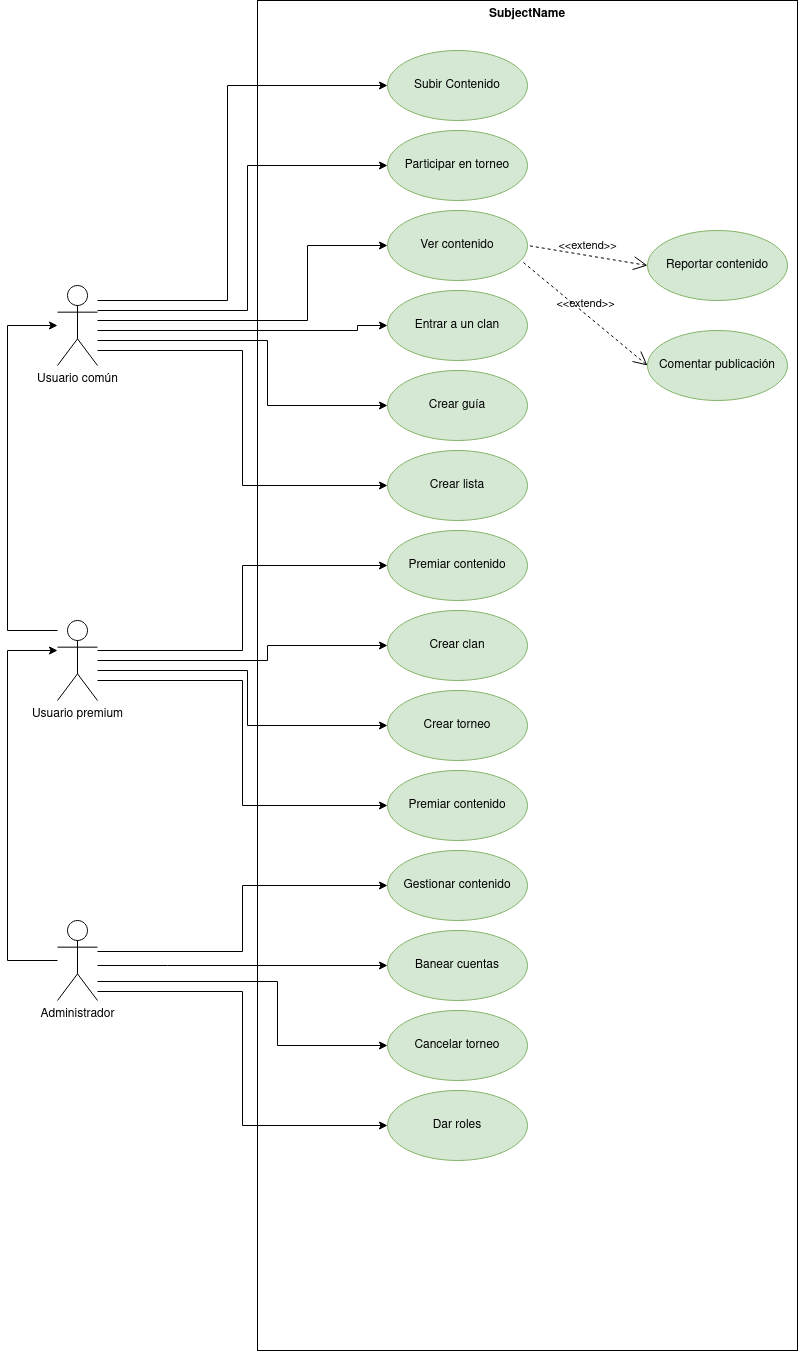
alejandrosalazargonzalez/instahammer40k keeps this draw.io diagram as appWarhammer.png. Above is the earlier version. Source tidied: cells renumbered, new cells last; positions are measured from the earlier drawing's top-left corner, leaving out a move shared by most shapes.
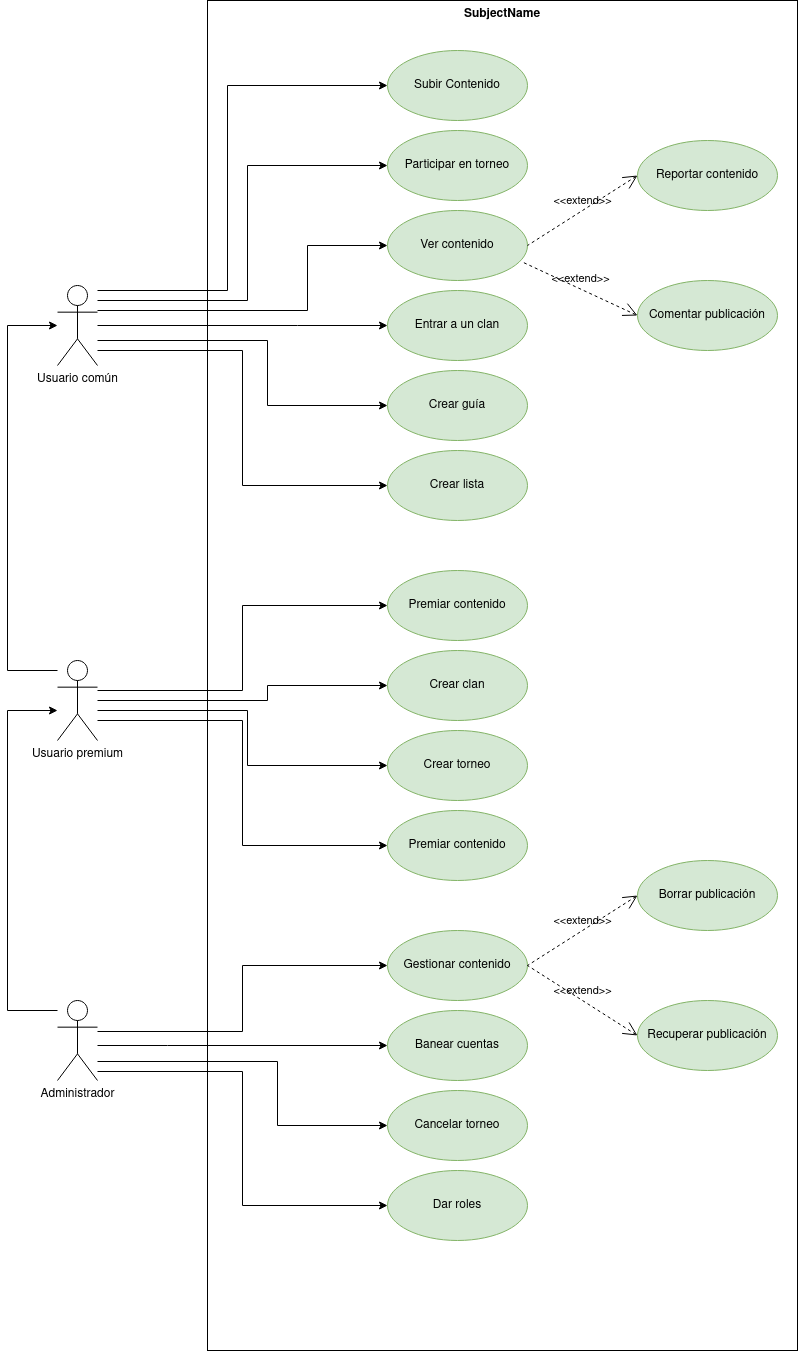
Later version of the same file.

What changed in the source:
```diff
@@ -3,12 +3,12 @@
     <mxCell id="0" />
     <mxCell id="1" parent="0" />
     <mxCell id="2" value="SubjectName" style="shape=rect;html=1;verticalAlign=top;fontStyle=1;whiteSpace=wrap;align=center;fillColor=none;" parent="1" vertex="1">
-      <mxGeometry x="250" width="540" height="1350" as="geometry" />
+      <mxGeometry x="200" width="590" height="1350" as="geometry" />
     </mxCell>
     <mxCell id="3" style="edgeStyle=orthogonalEdgeStyle;rounded=0;jettySize=auto;html=1;entryX=0;entryY=0.5;entryDx=0;entryDy=0;" parent="1" edge="1" source="9" target="22">
       <mxGeometry relative="1" as="geometry">
         <Array as="points">
-          <mxPoint x="220" y="300" />
+          <mxPoint x="220" y="290" />
           <mxPoint x="220" y="85" />
         </Array>
       </mxGeometry>
@@ -16,7 +16,7 @@
     <mxCell id="4" style="edgeStyle=orthogonalEdgeStyle;rounded=0;jettySize=auto;html=1;entryX=0;entryY=0.5;entryDx=0;entryDy=0;" parent="1" edge="1" source="9" target="23">
       <mxGeometry relative="1" as="geometry">
         <Array as="points">
-          <mxPoint x="240" y="310" />
+          <mxPoint x="240" y="300" />
           <mxPoint x="240" y="165" />
         </Array>
       </mxGeometry>
@@ -24,7 +24,7 @@
     <mxCell id="5" style="edgeStyle=orthogonalEdgeStyle;rounded=0;jettySize=auto;html=1;entryX=0;entryY=0.5;entryDx=0;entryDy=0;" parent="1" edge="1" source="9" target="26">
       <mxGeometry relative="1" as="geometry">
         <Array as="points">
-          <mxPoint x="300" y="320" />
+          <mxPoint x="300" y="310" />
           <mxPoint x="300" y="245" />
         </Array>
       </mxGeometry>
@@ -32,8 +32,8 @@
     <mxCell id="6" style="edgeStyle=orthogonalEdgeStyle;rounded=0;jettySize=auto;html=1;entryX=0;entryY=0.5;entryDx=0;entryDy=0;" parent="1" edge="1" source="9" target="29">
       <mxGeometry relative="1" as="geometry">
         <Array as="points">
-          <mxPoint x="350" y="330" />
-          <mxPoint x="350" y="325" />
+          <mxPoint x="290" y="325" />
+          <mxPoint x="290" y="325" />
         </Array>
       </mxGeometry>
     </mxCell>
@@ -59,88 +59,88 @@
     <mxCell id="10" style="edgeStyle=orthogonalEdgeStyle;rounded=0;jettySize=auto;html=1;entryX=0;entryY=0.5;entryDx=0;entryDy=0;" parent="1" edge="1" source="15" target="27">
       <mxGeometry relative="1" as="geometry">
         <Array as="points">
-          <mxPoint x="235" y="650" />
-          <mxPoint x="235" y="565" />
+          <mxPoint x="235" y="690" />
+          <mxPoint x="235" y="605" />
         </Array>
       </mxGeometry>
     </mxCell>
     <mxCell id="11" style="edgeStyle=orthogonalEdgeStyle;rounded=0;jettySize=auto;html=1;entryX=0;entryY=0.5;entryDx=0;entryDy=0;" parent="1" edge="1" source="15" target="28">
       <mxGeometry relative="1" as="geometry">
         <Array as="points">
-          <mxPoint x="260" y="660" />
-          <mxPoint x="260" y="645" />
+          <mxPoint x="260" y="700" />
+          <mxPoint x="260" y="685" />
         </Array>
       </mxGeometry>
     </mxCell>
     <mxCell id="12" style="edgeStyle=orthogonalEdgeStyle;rounded=0;jettySize=auto;html=1;entryX=0;entryY=0.5;entryDx=0;entryDy=0;" parent="1" edge="1" source="15" target="30">
       <mxGeometry relative="1" as="geometry">
         <Array as="points">
-          <mxPoint x="240" y="670" />
-          <mxPoint x="240" y="725" />
+          <mxPoint x="240" y="710" />
+          <mxPoint x="240" y="765" />
         </Array>
       </mxGeometry>
     </mxCell>
     <mxCell id="13" style="edgeStyle=orthogonalEdgeStyle;rounded=0;jettySize=auto;html=1;entryX=0;entryY=0.5;entryDx=0;entryDy=0;" parent="1" edge="1" source="15" target="33">
       <mxGeometry relative="1" as="geometry">
         <Array as="points">
-          <mxPoint x="235" y="680" />
-          <mxPoint x="235" y="805" />
+          <mxPoint x="235" y="720" />
+          <mxPoint x="235" y="845" />
         </Array>
       </mxGeometry>
     </mxCell>
     <mxCell id="14" style="edgeStyle=orthogonalEdgeStyle;rounded=0;jettySize=auto;html=1;" parent="1" edge="1" source="15" target="9">
       <mxGeometry relative="1" as="geometry">
         <Array as="points">
-          <mxPoint y="630" />
+          <mxPoint y="670" />
           <mxPoint y="325" />
         </Array>
       </mxGeometry>
     </mxCell>
     <mxCell id="15" value="&lt;div&gt;Usuario premium&lt;br&gt;&lt;/div&gt;" style="shape=umlActor;html=1;verticalLabelPosition=bottom;verticalAlign=top;align=center;" parent="1" vertex="1">
-      <mxGeometry x="50" y="620" width="40" height="80" as="geometry" />
+      <mxGeometry x="50" y="660" width="40" height="80" as="geometry" />
     </mxCell>
     <mxCell id="16" style="edgeStyle=orthogonalEdgeStyle;rounded=0;jettySize=auto;html=1;entryX=0;entryY=0.5;entryDx=0;entryDy=0;" parent="1" edge="1" source="21" target="34">
       <mxGeometry relative="1" as="geometry">
         <Array as="points">
-          <mxPoint x="235" y="951" />
-          <mxPoint x="235" y="885" />
+          <mxPoint x="235" y="1031" />
+          <mxPoint x="235" y="965" />
         </Array>
       </mxGeometry>
     </mxCell>
     <mxCell id="17" style="edgeStyle=orthogonalEdgeStyle;rounded=0;jettySize=auto;html=1;entryX=0;entryY=0.5;entryDx=0;entryDy=0;" parent="1" edge="1" source="21" target="35">
       <mxGeometry relative="1" as="geometry">
         <Array as="points">
-          <mxPoint x="160" y="965" />
-          <mxPoint x="160" y="965" />
+          <mxPoint x="160" y="1045" />
+          <mxPoint x="160" y="1045" />
         </Array>
       </mxGeometry>
     </mxCell>
     <mxCell id="18" style="edgeStyle=orthogonalEdgeStyle;rounded=0;jettySize=auto;html=1;entryX=0;entryY=0.5;entryDx=0;entryDy=0;" parent="1" edge="1" source="21" target="36">
       <mxGeometry relative="1" as="geometry">
         <Array as="points">
-          <mxPoint x="270" y="981" />
-          <mxPoint x="270" y="1045" />
+          <mxPoint x="270" y="1061" />
+          <mxPoint x="270" y="1125" />
         </Array>
       </mxGeometry>
     </mxCell>
     <mxCell id="19" style="edgeStyle=orthogonalEdgeStyle;rounded=0;jettySize=auto;html=1;entryX=0;entryY=0.5;entryDx=0;entryDy=0;" parent="1" edge="1" source="21" target="37">
       <mxGeometry relative="1" as="geometry">
         <Array as="points">
-          <mxPoint x="235" y="991" />
-          <mxPoint x="235" y="1125" />
+          <mxPoint x="235" y="1071" />
+          <mxPoint x="235" y="1205" />
         </Array>
       </mxGeometry>
     </mxCell>
     <mxCell id="20" style="edgeStyle=orthogonalEdgeStyle;rounded=0;jettySize=auto;html=1;" parent="1" edge="1" source="21" target="15">
       <mxGeometry relative="1" as="geometry">
         <Array as="points">
-          <mxPoint y="960" />
-          <mxPoint y="650" />
+          <mxPoint y="1010" />
+          <mxPoint y="710" />
         </Array>
       </mxGeometry>
     </mxCell>
     <mxCell id="21" value="Administrador" style="shape=umlActor;html=1;verticalLabelPosition=bottom;verticalAlign=top;align=center;" parent="1" vertex="1">
-      <mxGeometry x="50" y="920" width="40" height="80" as="geometry" />
+      <mxGeometry x="50" y="1000" width="40" height="80" as="geometry" />
     </mxCell>
     <mxCell id="22" value="Subir Contenido" style="ellipse;whiteSpace=wrap;html=1;fillColor=#d5e8d4;strokeColor=#82b366;" parent="1" vertex="1">
       <mxGeometry x="380" y="50" width="140" height="70" as="geometry" />
@@ -149,25 +149,25 @@
       <mxGeometry x="380" y="130" width="140" height="70" as="geometry" />
     </mxCell>
     <mxCell id="24" value="Reportar contenido" style="ellipse;whiteSpace=wrap;html=1;fillColor=#d5e8d4;strokeColor=#82b366;" parent="1" vertex="1">
-      <mxGeometry x="640" y="230" width="140" height="70" as="geometry" />
+      <mxGeometry x="630" y="140" width="140" height="70" as="geometry" />
     </mxCell>
     <mxCell id="25" value="Comentar publicación" style="ellipse;whiteSpace=wrap;html=1;fillColor=#d5e8d4;strokeColor=#82b366;" parent="1" vertex="1">
-      <mxGeometry x="640" y="330" width="140" height="70" as="geometry" />
+      <mxGeometry x="630" y="280" width="140" height="70" as="geometry" />
     </mxCell>
     <mxCell id="26" value="Ver contenido" style="ellipse;whiteSpace=wrap;html=1;fillColor=#d5e8d4;strokeColor=#82b366;" parent="1" vertex="1">
       <mxGeometry x="380" y="210" width="140" height="70" as="geometry" />
     </mxCell>
     <mxCell id="27" value="Premiar contenido" style="ellipse;whiteSpace=wrap;html=1;fillColor=#d5e8d4;strokeColor=#82b366;" parent="1" vertex="1">
-      <mxGeometry x="380" y="530" width="140" height="70" as="geometry" />
+      <mxGeometry x="380" y="570" width="140" height="70" as="geometry" />
     </mxCell>
     <mxCell id="28" value="Crear clan" style="ellipse;whiteSpace=wrap;html=1;fillColor=#d5e8d4;strokeColor=#82b366;" parent="1" vertex="1">
-      <mxGeometry x="380" y="610" width="140" height="70" as="geometry" />
+      <mxGeometry x="380" y="650" width="140" height="70" as="geometry" />
     </mxCell>
     <mxCell id="29" value="&lt;div&gt;Entrar a un clan&lt;/div&gt;" style="ellipse;whiteSpace=wrap;html=1;fillColor=#d5e8d4;strokeColor=#82b366;" parent="1" vertex="1">
       <mxGeometry x="380" y="290" width="140" height="70" as="geometry" />
     </mxCell>
     <mxCell id="30" value="Crear torneo" style="ellipse;whiteSpace=wrap;html=1;fillColor=#d5e8d4;strokeColor=#82b366;" parent="1" vertex="1">
-      <mxGeometry x="380" y="690" width="140" height="70" as="geometry" />
+      <mxGeometry x="380" y="730" width="140" height="70" as="geometry" />
     </mxCell>
     <mxCell id="31" value="&lt;div&gt;Crear guía&lt;/div&gt;" style="ellipse;whiteSpace=wrap;html=1;fillColor=#d5e8d4;strokeColor=#82b366;" parent="1" vertex="1">
       <mxGeometry x="380" y="370" width="140" height="70" as="geometry" />
@@ -176,19 +176,19 @@
       <mxGeometry x="380" y="450" width="140" height="70" as="geometry" />
     </mxCell>
     <mxCell id="33" value="Premiar contenido" style="ellipse;whiteSpace=wrap;html=1;fillColor=#d5e8d4;strokeColor=#82b366;" parent="1" vertex="1">
-      <mxGeometry x="380" y="770" width="140" height="70" as="geometry" />
+      <mxGeometry x="380" y="810" width="140" height="70" as="geometry" />
     </mxCell>
     <mxCell id="34" value="Gestionar contenido" style="ellipse;whiteSpace=wrap;html=1;fillColor=#d5e8d4;strokeColor=#82b366;" parent="1" vertex="1">
-      <mxGeometry x="380" y="850" width="140" height="70" as="geometry" />
+      <mxGeometry x="380" y="930" width="140" height="70" as="geometry" />
     </mxCell>
     <mxCell id="35" value="Banear cuentas" style="ellipse;whiteSpace=wrap;html=1;fillColor=#d5e8d4;strokeColor=#82b366;" parent="1" vertex="1">
-      <mxGeometry x="380" y="930" width="140" height="70" as="geometry" />
+      <mxGeometry x="380" y="1010" width="140" height="70" as="geometry" />
     </mxCell>
     <mxCell id="36" value="Cancelar torneo" style="ellipse;whiteSpace=wrap;html=1;fillColor=#d5e8d4;strokeColor=#82b366;" parent="1" vertex="1">
-      <mxGeometry x="380" y="1010" width="140" height="70" as="geometry" />
+      <mxGeometry x="380" y="1090" width="140" height="70" as="geometry" />
     </mxCell>
     <mxCell id="37" value="Dar roles" style="ellipse;whiteSpace=wrap;html=1;fillColor=#d5e8d4;strokeColor=#82b366;" parent="1" vertex="1">
-      <mxGeometry x="380" y="1090" width="140" height="70" as="geometry" />
+      <mxGeometry x="380" y="1170" width="140" height="70" as="geometry" />
     </mxCell>
     <mxCell id="38" value="&amp;lt;&amp;lt;extend&amp;gt;&amp;gt;" style="edgeStyle=none;html=1;startArrow=open;endArrow=none;startSize=12;verticalAlign=bottom;dashed=1;labelBackgroundColor=none;rounded=0;exitX=0;exitY=0.5;exitDx=0;exitDy=0;entryX=1;entryY=0.5;entryDx=0;entryDy=0;" parent="1" edge="1" source="24" target="26">
       <mxGeometry relative="1" as="geometry" />
@@ -196,5 +196,17 @@
     <mxCell id="39" value="&amp;lt;&amp;lt;extend&amp;gt;&amp;gt;" style="edgeStyle=none;html=1;startArrow=open;endArrow=none;startSize=12;verticalAlign=bottom;dashed=1;labelBackgroundColor=none;rounded=0;exitX=0;exitY=0.5;exitDx=0;exitDy=0;entryX=0.971;entryY=0.743;entryDx=0;entryDy=0;entryPerimeter=0;" parent="1" edge="1" source="25" target="26">
       <mxGeometry relative="1" as="geometry" />
     </mxCell>
+    <mxCell id="40" value="&amp;lt;&amp;lt;extend&amp;gt;&amp;gt;" style="edgeStyle=none;html=1;startArrow=open;endArrow=none;startSize=12;verticalAlign=bottom;dashed=1;labelBackgroundColor=none;rounded=0;entryX=1;entryY=0.5;entryDx=0;entryDy=0;exitX=0;exitY=0.5;exitDx=0;exitDy=0;" parent="1" edge="1" source="41" target="34">
+      <mxGeometry relative="1" as="geometry" />
+    </mxCell>
+    <mxCell id="41" value="Borrar publicación" style="ellipse;whiteSpace=wrap;html=1;fillColor=#d5e8d4;strokeColor=#82b366;" parent="1" vertex="1">
+      <mxGeometry x="630" y="860" width="140" height="70" as="geometry" />
+    </mxCell>
+    <mxCell id="42" value="Recuperar publicación" style="ellipse;whiteSpace=wrap;html=1;fillColor=#d5e8d4;strokeColor=#82b366;" parent="1" vertex="1">
+      <mxGeometry x="630" y="1000" width="140" height="70" as="geometry" />
+    </mxCell>
+    <mxCell id="43" value="&amp;lt;&amp;lt;extend&amp;gt;&amp;gt;" style="edgeStyle=none;html=1;startArrow=open;endArrow=none;startSize=12;verticalAlign=bottom;dashed=1;labelBackgroundColor=none;rounded=0;entryX=1;entryY=0.5;entryDx=0;entryDy=0;exitX=0;exitY=0.5;exitDx=0;exitDy=0;" parent="1" edge="1" source="42" target="34">
+      <mxGeometry relative="1" as="geometry" />
+    </mxCell>
   </root>
 </mxGraphModel>
```
